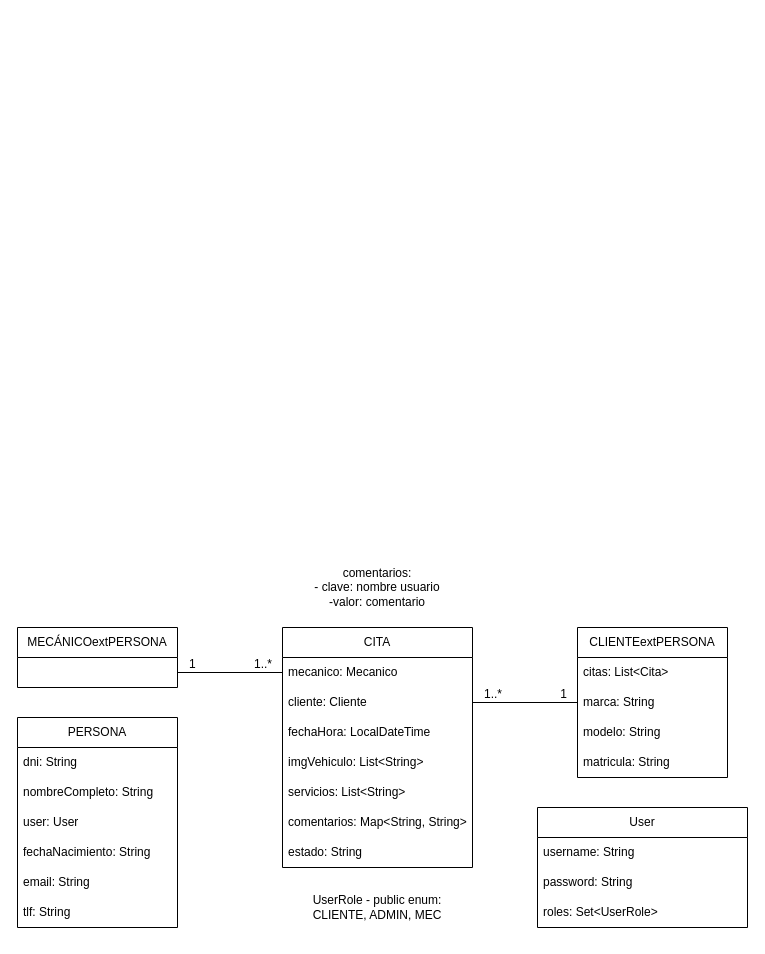
PlayerMario/talleres-ruiz keeps this draw.io diagram as docs/diagrama_clases/Diagrama.drawio. Above is the earlier version. Source tidied: cells renumbered, new cells numbered last; positions are measured from the earlier drawing's top-left corner, leaving out a move shared by most shapes. Both pictures are drawn from the tidied source at 100%, with x=0, y=0 at pixel (17, 557).
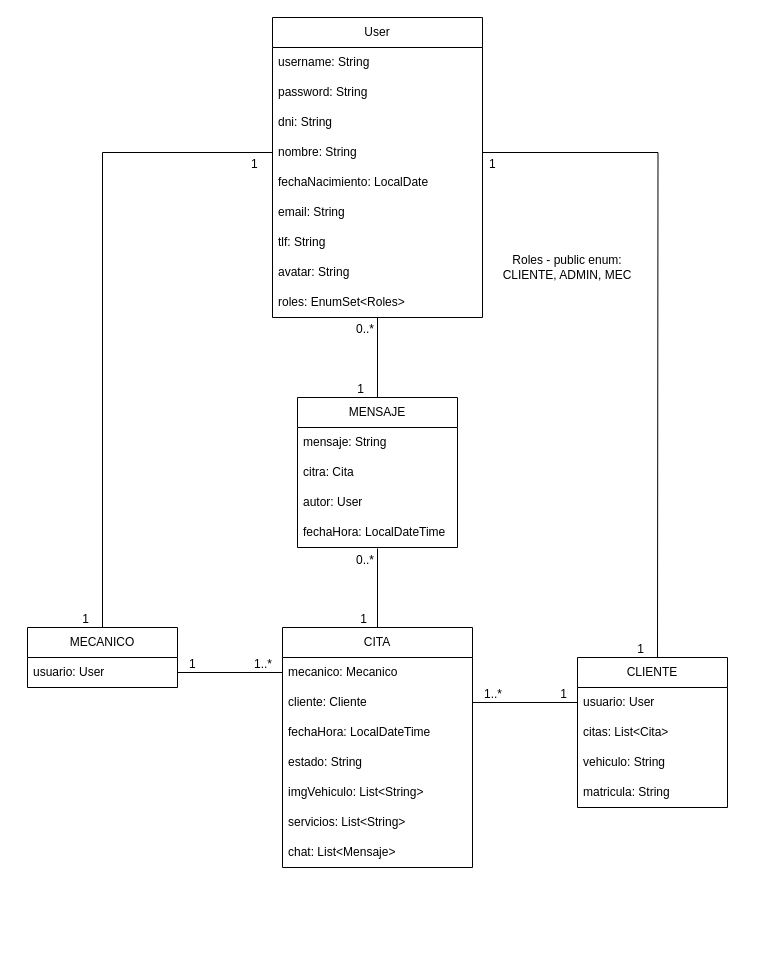
The same page after the edit.

The change refers to these unchanged cells:
```xml
<mxCell id="3" value="CITA" style="swimlane;fontStyle=0;horizontal=1;startSize=30;whiteSpace=wrap;html=1;" parent="1" vertex="1">
  <mxGeometry x="265" y="70" width="190" height="240" as="geometry" />
</mxCell>
<mxCell id="4" value="mecanico: Mecanico" style="text;strokeColor=none;fillColor=none;align=left;verticalAlign=middle;spacingLeft=4;spacingRight=4;overflow=hidden;points=[[0,0.5],[1,0.5]];portConstraint=eastwest;whiteSpace=wrap;html=1;" parent="3" vertex="1">
  <mxGeometry y="30" width="190" height="30" as="geometry" />
</mxCell>
<mxCell id="5" value="cliente: Cliente" style="text;strokeColor=none;fillColor=none;align=left;verticalAlign=middle;spacingLeft=4;spacingRight=4;overflow=hidden;points=[[0,0.5],[1,0.5]];portConstraint=eastwest;whiteSpace=wrap;html=1;" parent="3" vertex="1">
  <mxGeometry y="60" width="190" height="30" as="geometry" />
</mxCell>
```

Change to the diagram source:
```diff
@@
-    <mxCell id="2" value="MECÁNICOextPERSONA" style="swimlane;fontStyle=0;horizontal=1;startSize=30;whiteSpace=wrap;html=1;" parent="1" vertex="1">
-      <mxGeometry y="70" width="160" height="60" as="geometry" />
-    </mxCell>
@@
+    <mxCell id="10" value="estado: String" style="text;strokeColor=none;fillColor=none;align=left;verticalAlign=middle;spacingLeft=4;spacingRight=4;overflow=hidden;whiteSpace=wrap;html=1;" parent="3" vertex="1">
+      <mxGeometry y="120" width="190" height="30" as="geometry" />
+    </mxCell>
     <mxCell id="7" value="imgVehiculo: List&amp;lt;String&amp;gt;" style="text;strokeColor=none;fillColor=none;align=left;verticalAlign=middle;spacingLeft=4;spacingRight=4;overflow=hidden;whiteSpace=wrap;html=1;" parent="3" vertex="1">
-      <mxGeometry y="120" width="190" height="30" as="geometry" />
+      <mxGeometry y="150" width="190" height="30" as="geometry" />
     </mxCell>
     <mxCell id="8" value="servicios: List&amp;lt;String&amp;gt;" style="text;strokeColor=none;fillColor=none;align=left;verticalAlign=middle;spacingLeft=4;spacingRight=4;overflow=hidden;whiteSpace=wrap;html=1;" parent="3" vertex="1">
-      <mxGeometry y="150" width="190" height="30" as="geometry" />
+      <mxGeometry y="180" width="190" height="30" as="geometry" />
     </mxCell>
-    <mxCell id="9" value="comentarios: Map&amp;lt;String, String&amp;gt;" style="text;strokeColor=none;fillColor=none;align=left;verticalAlign=middle;spacingLeft=4;spacingRight=4;overflow=hidden;whiteSpace=wrap;html=1;" parent="3" vertex="1">
-      <mxGeometry y="180" width="190" height="30" as="geometry" />
+    <mxCell id="9" value="chat: List&amp;lt;Mensaje&amp;gt;" style="text;strokeColor=none;fillColor=none;align=left;verticalAlign=middle;spacingLeft=4;spacingRight=4;overflow=hidden;whiteSpace=wrap;html=1;" parent="3" vertex="1">
+      <mxGeometry y="210" width="190" height="30" as="geometry" />
     </mxCell>
-    <mxCell id="10" value="estado: String" style="text;strokeColor=none;fillColor=none;align=left;verticalAlign=middle;spacingLeft=4;spacingRight=4;overflow=hidden;whiteSpace=wrap;html=1;" parent="3" vertex="1">
-      <mxGeometry y="210" width="190" height="30" as="geometry" />
-    </mxCell>
-    <mxCell id="11" value="CLIENTEextPERSONA" style="swimlane;fontStyle=0;horizontal=1;startSize=30;whiteSpace=wrap;html=1;" parent="1" vertex="1">
-      <mxGeometry x="560" y="70" width="150" height="150" as="geometry" />
+    <mxCell id="11" value="CLIENTE" style="swimlane;fontStyle=0;horizontal=1;startSize=30;whiteSpace=wrap;html=1;" parent="1" vertex="1">
+      <mxGeometry x="560" y="100" width="150" height="150" as="geometry" />
     </mxCell>
+    <mxCell id="35" value="usuario: User" style="text;strokeColor=none;fillColor=none;align=left;verticalAlign=middle;spacingLeft=4;spacingRight=4;overflow=hidden;points=[[0,0.5],[1,0.5]];portConstraint=eastwest;whiteSpace=wrap;html=1;" parent="11" vertex="1">
+      <mxGeometry y="30" width="150" height="30" as="geometry" />
+    </mxCell>
     <mxCell id="12" value="citas: List&amp;lt;Cita&amp;gt;" style="text;strokeColor=none;fillColor=none;align=left;verticalAlign=middle;spacingLeft=4;spacingRight=4;overflow=hidden;whiteSpace=wrap;html=1;" parent="11" vertex="1">
-      <mxGeometry y="30" width="150" height="30" as="geometry" />
+      <mxGeometry y="60" width="150" height="30" as="geometry" />
     </mxCell>
-    <mxCell id="13" value="marca: String" style="text;strokeColor=none;fillColor=none;align=left;verticalAlign=middle;spacingLeft=4;spacingRight=4;overflow=hidden;points=[[0,0.5],[1,0.5]];portConstraint=eastwest;whiteSpace=wrap;html=1;" parent="11" vertex="1">
-      <mxGeometry y="60" width="150" height="30" as="geometry" />
+    <mxCell id="13" value="vehiculo: String" style="text;strokeColor=none;fillColor=none;align=left;verticalAlign=middle;spacingLeft=4;spacingRight=4;overflow=hidden;points=[[0,0.5],[1,0.5]];portConstraint=eastwest;whiteSpace=wrap;html=1;" parent="11" vertex="1">
+      <mxGeometry y="90" width="150" height="30" as="geometry" />
     </mxCell>
-    <mxCell id="14" value="modelo: String" style="text;strokeColor=none;fillColor=none;align=left;verticalAlign=middle;spacingLeft=4;spacingRight=4;overflow=hidden;whiteSpace=wrap;html=1;" parent="11" vertex="1">
-      <mxGeometry y="90" width="150" height="30" as="geometry" />
-    </mxCell>
@@
-    <mxCell id="16" style="endArrow=none;html=1;rounded=0;" parent="1" edge="1" target="4">
-      <mxGeometry relative="1" as="geometry">
-        <mxPoint x="160" y="115" as="sourcePoint" />
-      </mxGeometry>
+    <mxCell id="16" style="endArrow=none;html=1;rounded=0;" parent="1" edge="1" source="40" target="4">
+      <mxGeometry relative="1" as="geometry" />
     </mxCell>
@@
-    <mxCell id="19" style="endArrow=none;html=1;rounded=0;exitX=1;exitY=0.5;exitDx=0;exitDy=0;entryX=0;entryY=0.5;entryDx=0;entryDy=0;" parent="1" edge="1" source="5" target="13">
+    <mxCell id="19" style="endArrow=none;html=1;rounded=0;exitX=1;exitY=0.5;exitDx=0;exitDy=0;" parent="1" edge="1" source="5" target="35">
       <mxGeometry relative="1" as="geometry" />
     </mxCell>
@@
     <mxCell id="22" value="User" style="swimlane;fontStyle=0;horizontal=1;startSize=30;whiteSpace=wrap;html=1;" parent="1" vertex="1">
-      <mxGeometry x="520" y="250" width="210" height="120" as="geometry" />
+      <mxGeometry x="255" y="-540" width="210" height="300" as="geometry" />
     </mxCell>
@@
-    <mxCell id="25" value="roles: Set&amp;lt;UserRole&amp;gt;" style="text;strokeColor=none;fillColor=none;align=left;verticalAlign=middle;spacingLeft=4;spacingRight=4;overflow=hidden;whiteSpace=wrap;html=1;" parent="22" vertex="1">
-      <mxGeometry y="90" width="210" height="30" as="geometry" />
-    </mxCell>
-    <mxCell id="26" value="comentarios:&lt;br&gt;- clave: nombre usuario&lt;br&gt;-valor: comentario" style="text;html=1;strokeColor=none;fillColor=none;align=center;verticalAlign=middle;whiteSpace=wrap;rounded=0;" parent="1" vertex="1">
-      <mxGeometry x="270" width="180" height="60" as="geometry" />
-    </mxCell>
-    <mxCell id="27" value="UserRole -&amp;nbsp;public enum: CLIENTE, ADMIN, MEC" style="text;html=1;strokeColor=none;fillColor=none;align=center;verticalAlign=middle;whiteSpace=wrap;rounded=0;" parent="1" vertex="1">
-      <mxGeometry x="290" y="320" width="140" height="60" as="geometry" />
-    </mxCell>
-    <mxCell id="28" value="PERSONA" style="swimlane;fontStyle=0;horizontal=1;startSize=30;whiteSpace=wrap;html=1;" parent="1" vertex="1">
-      <mxGeometry y="160" width="160" height="210" as="geometry" />
-    </mxCell>
-    <mxCell id="29" value="dni: String" style="text;strokeColor=none;fillColor=none;align=left;verticalAlign=middle;spacingLeft=4;spacingRight=4;overflow=hidden;whiteSpace=wrap;html=1;" parent="28" vertex="1">
-      <mxGeometry y="30" width="160" height="30" as="geometry" />
+    <mxCell id="29" value="dni: String" style="text;strokeColor=none;fillColor=none;align=left;verticalAlign=middle;spacingLeft=4;spacingRight=4;overflow=hidden;whiteSpace=wrap;html=1;" parent="22" vertex="1">
+      <mxGeometry y="90" width="210" height="30" as="geometry" />
     </mxCell>
-    <mxCell id="30" value="nombreCompleto: String" style="text;strokeColor=none;fillColor=none;align=left;verticalAlign=middle;spacingLeft=4;spacingRight=4;overflow=hidden;whiteSpace=wrap;html=1;" parent="28" vertex="1">
-      <mxGeometry y="60" width="160" height="30" as="geometry" />
-    </mxCell>
-    <mxCell id="31" value="user: User" style="text;strokeColor=none;fillColor=none;align=left;verticalAlign=middle;spacingLeft=4;spacingRight=4;overflow=hidden;whiteSpace=wrap;html=1;" parent="28" vertex="1">
-      <mxGeometry y="90" width="160" height="30" as="geometry" />
-    </mxCell>
-    <mxCell id="32" value="fechaNacimiento: String" style="text;strokeColor=none;fillColor=none;align=left;verticalAlign=middle;spacingLeft=4;spacingRight=4;overflow=hidden;whiteSpace=wrap;html=1;" parent="28" vertex="1">
-      <mxGeometry y="120" width="160" height="30" as="geometry" />
-    </mxCell>
+    <mxCell id="36" value="nombre: String" style="text;strokeColor=none;fillColor=none;align=left;verticalAlign=middle;spacingLeft=4;spacingRight=4;overflow=hidden;points=[[0,0.5],[1,0.5]];portConstraint=eastwest;whiteSpace=wrap;html=1;" parent="22" vertex="1">
+      <mxGeometry y="120" width="210" height="30" as="geometry" />
+    </mxCell>
+    <mxCell id="37" value="fechaNacimiento: LocalDate" style="text;strokeColor=none;fillColor=none;align=left;verticalAlign=middle;spacingLeft=4;spacingRight=4;overflow=hidden;whiteSpace=wrap;html=1;" parent="22" vertex="1">
+      <mxGeometry y="150" width="210" height="30" as="geometry" />
+    </mxCell>
-    <mxCell id="33" value="email: String" style="text;strokeColor=none;fillColor=none;align=left;verticalAlign=middle;spacingLeft=4;spacingRight=4;overflow=hidden;whiteSpace=wrap;html=1;" parent="28" vertex="1">
-      <mxGeometry y="150" width="160" height="30" as="geometry" />
+    <mxCell id="33" value="email: String" style="text;strokeColor=none;fillColor=none;align=left;verticalAlign=middle;spacingLeft=4;spacingRight=4;overflow=hidden;whiteSpace=wrap;html=1;" parent="22" vertex="1">
+      <mxGeometry y="180" width="210" height="30" as="geometry" />
     </mxCell>
-    <mxCell id="34" value="tlf: String" style="text;strokeColor=none;fillColor=none;align=left;verticalAlign=middle;spacingLeft=4;spacingRight=4;overflow=hidden;whiteSpace=wrap;html=1;" parent="28" vertex="1">
-      <mxGeometry y="180" width="160" height="30" as="geometry" />
+    <mxCell id="34" value="tlf: String" style="text;strokeColor=none;fillColor=none;align=left;verticalAlign=middle;spacingLeft=4;spacingRight=4;overflow=hidden;whiteSpace=wrap;html=1;" parent="22" vertex="1">
+      <mxGeometry y="210" width="210" height="30" as="geometry" />
     </mxCell>
+    <mxCell id="38" value="avatar: String" style="text;strokeColor=none;fillColor=none;align=left;verticalAlign=middle;spacingLeft=4;spacingRight=4;overflow=hidden;whiteSpace=wrap;html=1;" parent="22" vertex="1">
+      <mxGeometry y="240" width="210" height="30" as="geometry" />
+    </mxCell>
+    <mxCell id="25" value="roles: EnumSet&amp;lt;Roles&amp;gt;" style="text;strokeColor=none;fillColor=none;align=left;verticalAlign=middle;spacingLeft=4;spacingRight=4;overflow=hidden;whiteSpace=wrap;html=1;" parent="22" vertex="1">
+      <mxGeometry y="270" width="210" height="30" as="geometry" />
+    </mxCell>
+    <mxCell id="27" value="Roles -&amp;nbsp;public enum: CLIENTE, ADMIN, MEC" style="text;html=1;strokeColor=none;fillColor=none;align=center;verticalAlign=middle;whiteSpace=wrap;rounded=0;" parent="1" vertex="1">
+      <mxGeometry x="480" y="-320" width="140" height="60" as="geometry" />
+    </mxCell>
+    <mxCell id="39" value="MECANICO" style="swimlane;fontStyle=0;horizontal=1;startSize=30;whiteSpace=wrap;html=1;" parent="1" vertex="1">
+      <mxGeometry x="10" y="70" width="150" height="60" as="geometry" />
+    </mxCell>
+    <mxCell id="40" value="usuario: User" style="text;strokeColor=none;fillColor=none;align=left;verticalAlign=middle;spacingLeft=4;spacingRight=4;overflow=hidden;points=[[0,0.5],[1,0.5]];portConstraint=eastwest;whiteSpace=wrap;html=1;" parent="39" vertex="1">
+      <mxGeometry y="30" width="150" height="30" as="geometry" />
+    </mxCell>
+    <mxCell id="41" value="MENSAJE" style="swimlane;fontStyle=0;horizontal=1;startSize=30;whiteSpace=wrap;html=1;" parent="1" vertex="1">
+      <mxGeometry x="280" y="-160" width="160" height="150" as="geometry" />
+    </mxCell>
+    <mxCell id="42" value="mensaje: String" style="text;strokeColor=none;fillColor=none;align=left;verticalAlign=middle;spacingLeft=4;spacingRight=4;overflow=hidden;whiteSpace=wrap;html=1;" parent="41" vertex="1">
+      <mxGeometry y="30" width="160" height="30" as="geometry" />
+    </mxCell>
+    <mxCell id="43" value="citra: Cita" style="text;strokeColor=none;fillColor=none;align=left;verticalAlign=middle;spacingLeft=4;spacingRight=4;overflow=hidden;whiteSpace=wrap;html=1;" parent="41" vertex="1">
+      <mxGeometry y="60" width="160" height="30" as="geometry" />
+    </mxCell>
+    <mxCell id="44" value="autor: User" style="text;strokeColor=none;fillColor=none;align=left;verticalAlign=middle;spacingLeft=4;spacingRight=4;overflow=hidden;whiteSpace=wrap;html=1;" parent="41" vertex="1">
+      <mxGeometry y="90" width="160" height="30" as="geometry" />
+    </mxCell>
+    <mxCell id="45" value="fechaHora: LocalDateTime" style="text;strokeColor=none;fillColor=none;align=left;verticalAlign=middle;spacingLeft=4;spacingRight=4;overflow=hidden;points=[[0,0.5],[1,0.5]];portConstraint=eastwest;whiteSpace=wrap;html=1;" parent="41" vertex="1">
+      <mxGeometry y="120" width="160" height="30" as="geometry" />
+    </mxCell>
+    <mxCell id="46" style="endArrow=none;html=1;rounded=0;entryX=0.5;entryY=0;entryDx=0;entryDy=0;" parent="1" edge="1" target="41">
+      <mxGeometry relative="1" as="geometry">
+        <mxPoint x="360" y="-240" as="sourcePoint" />
+      </mxGeometry>
+    </mxCell>
+    <mxCell id="47" value="0..*" style="html=1;align=left;verticalAlign=bottom;" parent="46" vertex="1">
+      <mxGeometry x="-1" relative="1" as="geometry">
+        <mxPoint x="-23" y="20" as="offset" />
+      </mxGeometry>
+    </mxCell>
+    <mxCell id="48" value="1" style="html=1;align=right;verticalAlign=bottom;" parent="46" vertex="1">
+      <mxGeometry x="1" relative="1" as="geometry">
+        <mxPoint x="-13" as="offset" />
+      </mxGeometry>
+    </mxCell>
+    <mxCell id="49" style="endArrow=none;html=1;rounded=0;exitX=0.5;exitY=1.033;exitDx=0;exitDy=0;exitPerimeter=0;" parent="1" edge="1" source="45">
+      <mxGeometry relative="1" as="geometry">
+        <mxPoint x="360" y="70" as="targetPoint" />
+      </mxGeometry>
+    </mxCell>
+    <mxCell id="50" value="0..*" style="html=1;align=left;verticalAlign=bottom;" parent="49" vertex="1">
+      <mxGeometry x="-1" relative="1" as="geometry">
+        <mxPoint x="-23" y="20" as="offset" />
+      </mxGeometry>
+    </mxCell>
+    <mxCell id="51" value="1" style="html=1;align=right;verticalAlign=bottom;" parent="49" vertex="1">
+      <mxGeometry x="1" relative="1" as="geometry">
+        <mxPoint x="-10" as="offset" />
+      </mxGeometry>
+    </mxCell>
+    <mxCell id="52" style="endArrow=none;html=1;rounded=0;exitX=0;exitY=0.5;exitDx=0;exitDy=0;" parent="1" edge="1" source="36">
+      <mxGeometry relative="1" as="geometry">
+        <mxPoint x="85" y="70" as="targetPoint" />
+        <Array as="points">
+          <mxPoint x="85" y="-405" />
+        </Array>
+      </mxGeometry>
+    </mxCell>
+    <mxCell id="53" value="1" style="html=1;align=left;verticalAlign=bottom;" parent="52" vertex="1">
+      <mxGeometry x="-1" relative="1" as="geometry">
+        <mxPoint x="-23" y="20" as="offset" />
+      </mxGeometry>
+    </mxCell>
+    <mxCell id="54" value="1" style="html=1;align=right;verticalAlign=bottom;" parent="52" vertex="1">
+      <mxGeometry x="1" relative="1" as="geometry">
+        <mxPoint x="-13" as="offset" />
+      </mxGeometry>
+    </mxCell>
+    <mxCell id="55" style="endArrow=none;html=1;rounded=0;entryX=0.5;entryY=0;entryDx=0;entryDy=0;exitX=1;exitY=0.5;exitDx=0;exitDy=0;" parent="1" edge="1" source="36">
+      <mxGeometry relative="1" as="geometry">
+        <mxPoint x="640" y="100" as="targetPoint" />
+        <Array as="points">
+          <mxPoint x="640.5" y="-405" />
+        </Array>
+      </mxGeometry>
+    </mxCell>
+    <mxCell id="56" value="1" style="html=1;align=left;verticalAlign=bottom;" parent="55" vertex="1">
+      <mxGeometry x="-1" relative="1" as="geometry">
+        <mxPoint x="5" y="20" as="offset" />
+      </mxGeometry>
+    </mxCell>
+    <mxCell id="57" value="1" style="html=1;align=right;verticalAlign=bottom;" parent="55" vertex="1">
+      <mxGeometry x="1" relative="1" as="geometry">
+        <mxPoint x="-13" as="offset" />
+      </mxGeometry>
+    </mxCell>
```
